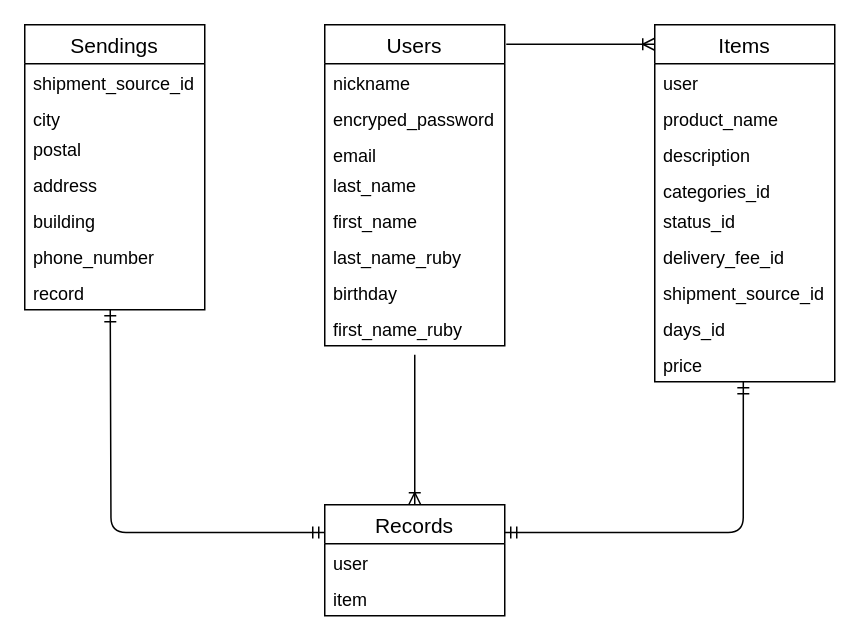
The draw.io diagram er.dio in huize-fumi/furima-35017, before the edit. Source tidied: cells renumbered, new cells numbered last; positions are measured from the earlier drawing's top-left corner, leaving out a move shared by most shapes. Both pictures are drawn from the tidied source at 150%, with x=0, y=0 at pixel (24, 24).
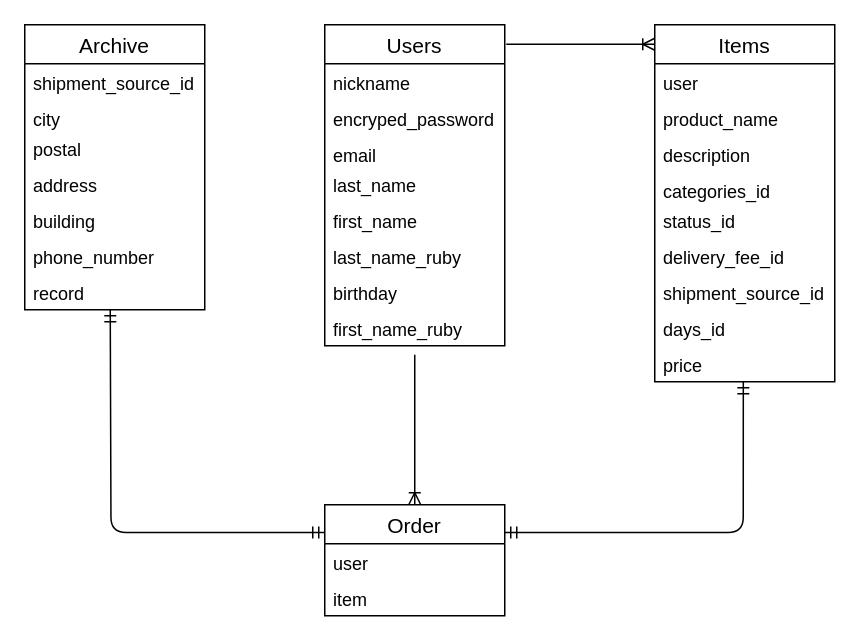
After the change.

Change to the diagram source:
```diff
@@
-    <mxCell id="21" value="Records" style="swimlane;fontStyle=0;horizontal=1;startSize=26;align=center;fontSize=14;" parent="1" vertex="1">
+    <mxCell id="21" value="Order" style="swimlane;fontStyle=0;horizontal=1;startSize=26;align=center;fontSize=14;" parent="1" vertex="1">
       <mxGeometry x="200" y="320" width="120" height="74" as="geometry" />
     </mxCell>
@@
-    <mxCell id="24" value="Sendings" style="swimlane;fontStyle=0;horizontal=1;startSize=26;align=center;fontSize=14;" parent="1" vertex="1">
+    <mxCell id="24" value="Archive" style="swimlane;fontStyle=0;horizontal=1;startSize=26;align=center;fontSize=14;" parent="1" vertex="1">
       <mxGeometry width="120" height="190" as="geometry" />
     </mxCell>
```
